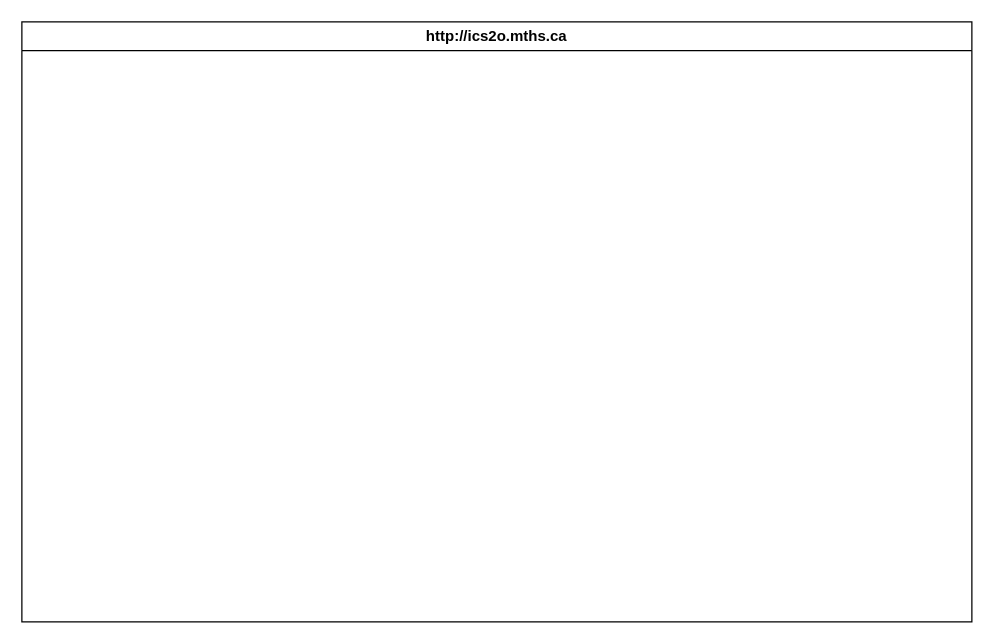
Above: design/storyboard.drawio in MTHS-ICS2O-2-2022/ICS2O-Unit-6-03-lamees-hemdan (draw.io), before the change. Source tidied: cells renumbered, new cells numbered last; positions are measured from the earlier drawing's top-left corner, leaving out a move shared by most shapes. Both pictures are drawn from the tidied source at 125%, with x=0, y=0 at pixel (21, 21).
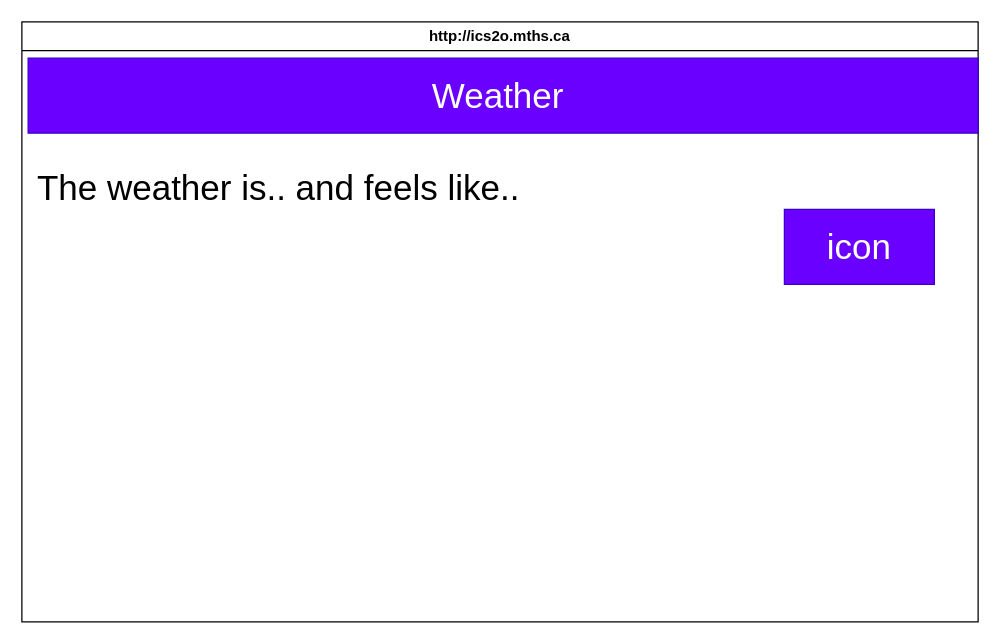
The same page after the edit.

Commit message (it also covers changes not shown here):
flowchart and storyboard

What changed in the source:
```diff
@@
 <mxGraphModel>
   <root>
     <mxCell id="0" />
     <mxCell id="1" parent="0" />
     <mxCell id="2" value="http://ics2o.mths.ca" style="swimlane;whiteSpace=wrap;html=1;" parent="1" vertex="1">
-      <mxGeometry width="760" height="480" as="geometry" />
+      <mxGeometry width="765" height="480" as="geometry" />
     </mxCell>
+    <mxCell id="3" value="&lt;font style=&quot;font-size: 28px;&quot;&gt;The weather is.. and feels like..&lt;/font&gt;" style="text;html=1;align=center;verticalAlign=middle;strokeColor=none;fillColor=none;" parent="2" vertex="1">
+      <mxGeometry y="108" width="410" height="50" as="geometry" />
+    </mxCell>
+    <mxCell id="4" value="icon" style="whiteSpace=wrap;html=1;fontSize=28;fillColor=#6a00ff;fontColor=#ffffff;strokeColor=#3700CC;" parent="2" vertex="1">
+      <mxGeometry x="610" y="150" width="120" height="60" as="geometry" />
+    </mxCell>
+    <mxCell id="5" value="Weather&amp;nbsp;" style="whiteSpace=wrap;html=1;fontSize=28;fillColor=#6a00ff;fontColor=#ffffff;strokeColor=#3700CC;" parent="2" vertex="1">
+      <mxGeometry x="5" y="29" width="760" height="60" as="geometry" />
+    </mxCell>
   </root>
 </mxGraphModel>
```
